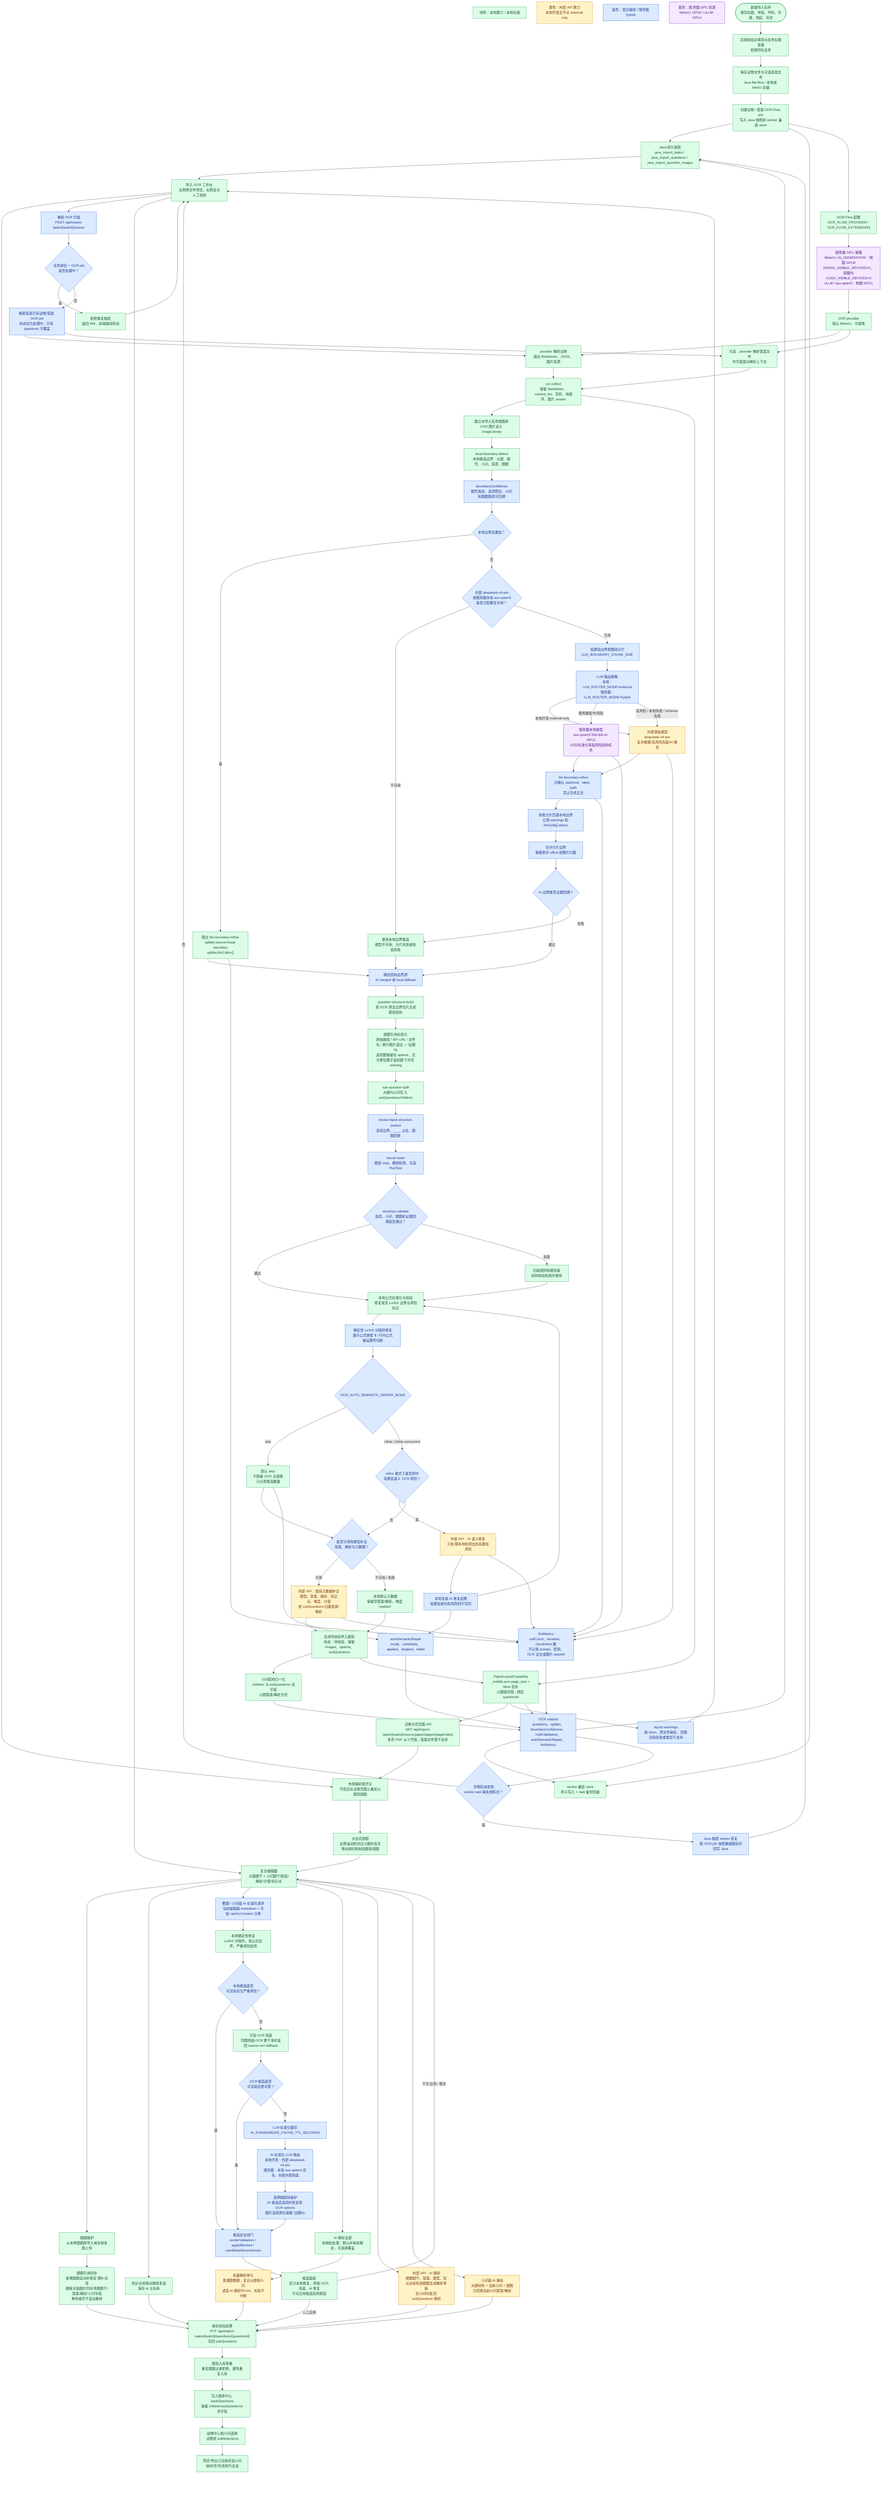
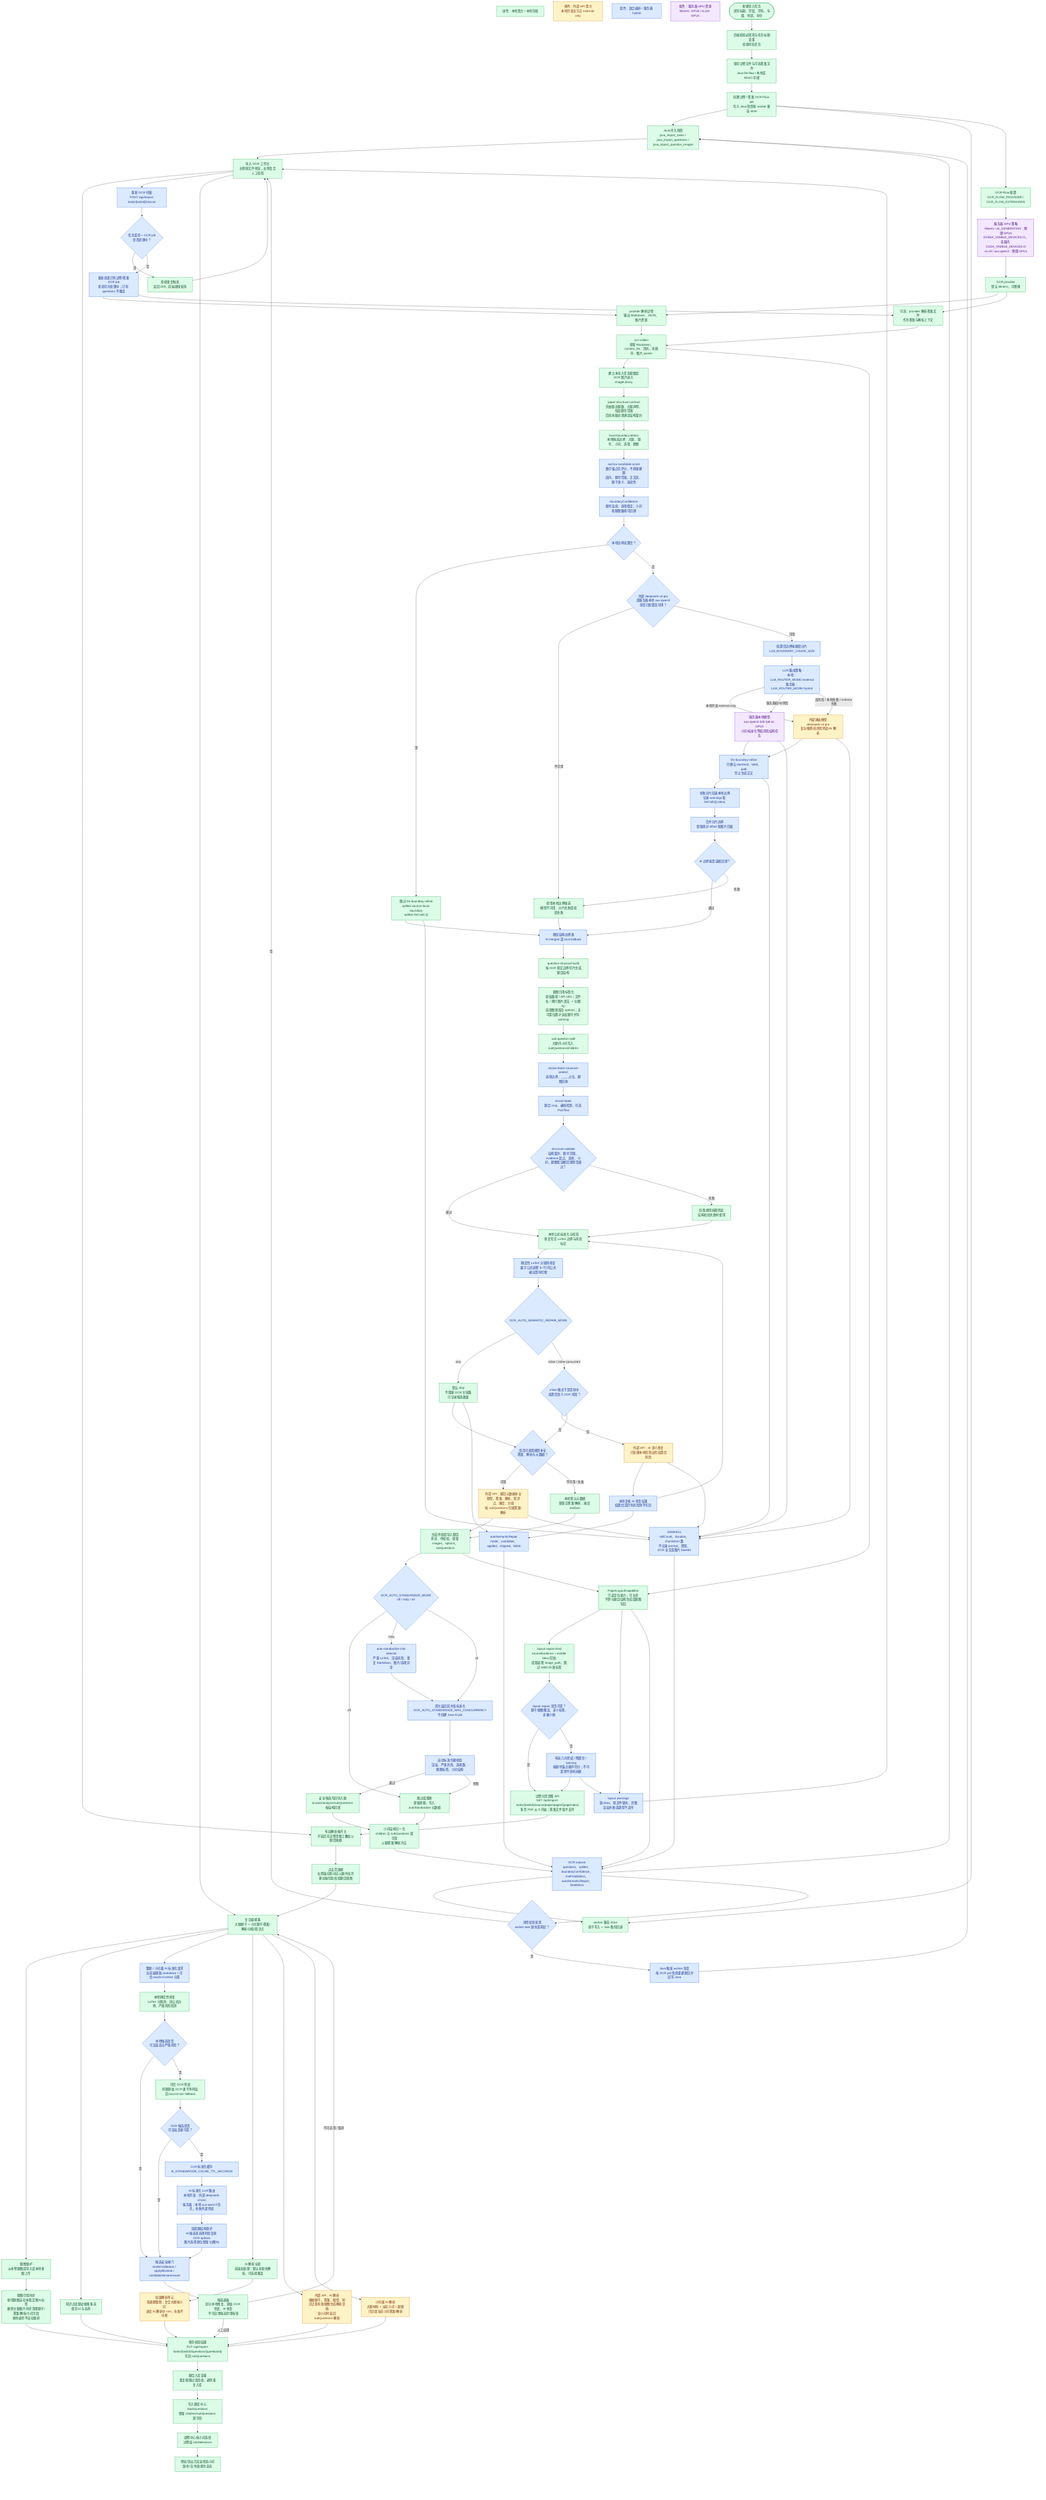
- %% Version: 2026-07-09 / product v14 / OpenAPI 1.1.0
+ %% Version: 2026-07-10 / product v15 / OpenAPI 1.1.0
%% Status: current-primary
- %% Scope: authoritative end-to-end OCR-Flow algorithm, LLM routing, review, layout overlay, rescan, and AI assistance flow.
+ %% Scope: authoritative end-to-end OCR-Flow algorithm, structure contract, LLM routing, first-return auto standardization, review, layout overlay isolation, rescan, and AI assistance flow.
flowchart TD
  LegendLocal["绿色：本地算力 / 本地存储"]:::local
  LegendExternal["黄色：外部 API 算力<br/>本地开发全节点 external-only"]:::external
  LegendMixed["蓝色：混合编排 / 服务器 hybrid"]:::mixed
  LegendGpu["紫色：服务器 GPU 资源<br/>MinerU: GPU0 / vLLM: GPU1"]:::gpu

  Start(["新建导入任务<br/>填写标题、学段、学科、年级、地区、年份"]):::local
  Validate["后端校验必填项与任务标题查重<br/>拒绝同名任务"]:::local
  Upload["保存试卷文件与可选答案文件<br/>Java file-flow / 本地或 MinIO 存储"]:::local
  Jobs["创建试卷 / 答案 OCR-Flow job<br/>写入 Java 快照和 worker 兼容 store"]:::local
  JavaSnapshot["Java 持久快照<br/>java_import_tasks / java_import_questions / java_import_question_images"]:::local
  WorkerSafeStore["worker 兼容 store<br/>原子写入 + .bak 备份回退"]:::local
  FlowConfig["OCR-Flow 配置<br/>OCR_FLOW_PROVIDER / OCR_FLOW_EXTENSIONS"]:::local
  GpuPolicy["服务器 GPU 策略<br/>MinerU / AI_GENERATION：物理 GPU0<br/>NVIDIA_VISIBLE_DEVICES=0，容器内 CUDA_VISIBLE_DEVICES=0<br/>vLLM / aux-qwen3：物理 GPU1"]:::gpu
  Provider["OCR provider<br/>默认 MinerU，可替换"]:::local
  OcrPaper["provider 解析试卷<br/>输出 Markdown、JSON、图片资源"]:::local
  OcrAnswer["可选：provider 解析答案文件<br/>作为答案与解析上下文"]:::local
  Collect["ocr-collect<br/>保留 Markdown、content_list、页码、块顺序、图片 assets"]:::local
  ImageLibrary["建立本导入任务题图库<br/>OCR 图片进入 imageLibrary"]:::local

+   StructureContract["paper-structure-contract<br/>先抽取总题数、大题声明、每段题号范围<br/>后续拆题必须满足结构契约"]:::local
  LocalBoundary["local-boundary-detect<br/>本地候选边界：大题、题号、小问、选项、题图"]:::local
+   AnchorScore["anchor-candidate-score<br/>数字锚点先评分，不直接建题<br/>段内、题号范围、正文区、题干语义、连续性"]:::mixed
  BoundaryConfidence["boundaryConfidence<br/>题号连续、选项稳定、小问和题图路径可回溯"]:::mixed
  BoundaryHigh{"本地边界高置信？"}:::mixed
  BoundarySkip["跳过 llm-boundary-refine<br/>splitter.source=local-boundary<br/>splitter.llmCalls=[]"]:::local
  LlmAvailable{"外部 deepseek-v4-pro<br/>或服务器本地 aux-qwen3<br/>是否已配置且可用？"}:::mixed
  BoundaryChunks["低置信边界按题段分片<br/>LLM_BOUNDARY_CHUNK_SIZE"]:::mixed
  LlmRoutePolicy["LLM 路由策略<br/>本地：LLM_ROUTER_MODE=external<br/>服务器：LLM_ROUTER_MODE=hybrid"]:::mixed
  LocalAuxModel["服务器本地模型<br/>aux-qwen3-32b-fp8 on GPU1<br/>小问/标准化等低风险结构任务"]:::gpu
  ExternalFullModel["外部满血模型<br/>deepseek-v4-pro<br/>复杂推理/高风险兜底/AI 解析"]:::external
  LlmBoundary["llm-boundary-refine<br/>只确认 start/end、label、path<br/>禁止生成正文"]:::mixed
  ChunkFallback["失败分片回退本地边界<br/>记录 warnings 和 llmCalls[].status"]:::mixed
  MergeBoundary["合并分片边界<br/>保留绝对 offset 和图片归属"]:::mixed
  BoundaryValidate{"AI 边界能否证据回溯？"}:::mixed
  BoundaryLocalFallback["使用本地边界候选<br/>模型不可用、分片失败或校验失败"]:::local
  BoundarySource["确定结构边界源<br/>AI merged 或 local fallback"]:::mixed

  BuildByEvidence["question-structure-build<br/>按 OCR 原文边界切片生成题目结构"]:::local
  ImageCanonical["题图引用标签化<br/>原始路径 / API URL / 文件名 / 换行图片语法 -> ![](图N)<br/>选项图保留在 options；无可靠位置才追加题干并写 warning"]:::local
  SubSplit["sub-question-split<br/>大题内小问写入 subQuestions/children"]:::local
  ChoiceBlankProtect["choice-blank-structure-protect<br/>选项边界、____ 占位、题图回收"]:::mixed
  VisualRepair["visual-repair<br/>题目 crop、横线检测、可选 Pix2Text"]:::mixed
-   StructureValidate{"structure-validate<br/>选项、小问、题图和证据回溯是否通过？"}:::mixed
+   StructureValidate{"structure-validate<br/>结构契约、题号范围、evidence 起点、选项、小问、题图和证据回溯是否通过？"}:::mixed
  RuleFallback["旧版规则拆题兜底<br/>结构校验失败时使用"]:::local

  MathNormalize["本地公式标准化与校验<br/>修复常见 LaTeX 边界与风险标记"]:::local
  LatexDelimiter["确定性 LaTeX 分隔符修复<br/>展示公式嵌套 $ / 行内公式被运算符切断"]:::mixed
  AutoRepairMode{"OCR_AUTO_SEMANTIC_REPAIR_MODE"}:::mixed
  AutoRepairSkip["默认 skip<br/>不阻塞 OCR 主链路<br/>只记录候选数量"]:::local
  SemanticRisk{"inline 模式下是否命中<br/>高置信语义 OCR 风险？"}:::mixed
  SemanticApi["外部 API：AI 语义修复<br/>只处理本地检测出的高置信风险"]:::external
  SemanticVerify["本地复核 AI 修复结果<br/>低置信或仍有风险则不写回"]:::mixed

  MetadataDecision{"是否可调用模型补全<br/>答案、解析与元数据？"}:::mixed
  MetadataApi["外部 API：题目元数据补全<br/>题型、答案、解析、知识点、难度、分值<br/>按 subQuestions 归属答案/解析"]:::external
  MetadataFallback["本地默认元数据<br/>保留空答案/解析，难度 medium"]:::local
  BuildQuestions["生成待校验导入题目<br/>状态：待校验，保留 images、options、subQuestions"]:::local
-   PaperLayoutBuild["PaperLayoutCapability<br/>_middle.json page_size + bbox 优先<br/>父题级范围；绑定 questionId"]:::local
+   AutoStdMode{"OCR_AUTO_STANDARDIZE_MODE<br/>off / risky / all"}:::mixed
+   AutoStdRisk["auto-standardize-risk-selector<br/>严重 LaTeX、渲染风险、重复 Markdown、图片/选项异常"]:::mixed
+   AutoStdConcurrent["首次返回前并发标准化<br/>OCR_AUTO_STANDARDIZE_MAX_CONCURRENCY<br/>不创建 Java AI job"]:::mixed
+   AutoStdGate["自动标准化硬校验<br/>渲染、严重风险、选项数、题图标签、小问结构"]:::mixed
+   AutoStdApply["安全候选写回导入题<br/>answer/analysis/subQuestions 按结构回填"]:::local
+   AutoStdSkip["跳过或阻断<br/>保留原题，写入 autoStandardize 元数据"]:::local
+   PaperLayoutBuild["PaperLayoutCapability<br/>只读定位能力，可关闭<br/>不参与题目结构生成或题图写回"]:::local
+   PaperLayoutBind["layout-region-bind<br/>sourceEvidence + middle bbox 回贴<br/>提取嵌套 image_path，跳过 A/B/C/D 短标签"]:::local
+   PaperLayoutReliable{"layout region 是否可靠？<br/>题干/题图覆盖、非小标签、非极小框"}:::mixed
+   PaperLayoutFallback["布局几何兜底 / 降置信 / warning<br/>按题号锚点顺序切分；不可靠则不影响拆题"]:::mixed
  PaperPageApi["试卷分页页图 API<br/>GET /api/import-tasks/{taskId}/source/paper/pages/{pageIndex}<br/>多页 PDF 从 0 开始；答案文件暂不支持"]:::local
  PaperLayoutWarnings["layout warnings<br/>缺 bbox、原文件缺失、页图渲染失败或类型不支持"]:::mixed
  SubQuestionNormalize["小问结构归一化<br/>children 与 subQuestions 双字段<br/>父题答案/解析为空"]:::local
  AutoRepairSummary["autoSemanticRepair<br/>mode、candidate、applied、skipped、failed"]:::mixed
  LlmMetrics["llmMetrics<br/>callCount、duration、chunk/item 数<br/>不记录 prompt、密钥、OCR 全文或图片 base64"]:::mixed
  OcrOutputs["OCR outputs<br/>questions、splitter、boundaryConfidence、mathValidation、autoSemanticRepair、llmMetrics"]:::mixed
  DetailRecovery{"详情轮询发现<br/>worker task 缺失或陈旧？"}:::mixed
  RecoverFromOcr["Java 触发 worker 恢复<br/>按 OCR job 快照重建题目并回写 Java"]:::mixed

  Workbench["导入 OCR 工作台<br/>左侧原文件预览，右侧复合人工校验"]:::local
  LayoutToggle["布局解析框开关<br/>开启后在试卷页图上叠加父题范围框"]:::local
  LayoutClick["点击范围框<br/>右侧滚动到对应父题并高亮<br/>移动端切到校验题目视图"]:::local
  RescanRequest["重新 OCR 扫描<br/>POST /api/import-tasks/{taskId}/rescan"]:::mixed
  RescanGuard{"任务或任一 OCR job<br/>是否处理中？"}:::mixed
  RescanReject["拒绝重复触发<br/>返回 409，前端继续轮询"]:::local
  RescanRetry["重新投递已有试卷/答案 OCR job<br/>状态切为处理中；已有 questions 不覆盖"]:::mixed
  ManualEdit["复合编辑器<br/>大题题干 + 小问题干/答案/解析/分值/知识点"]:::local
  BatchAiAll["AI 解析全部<br/>前端批处理：默认补缺失解析，可选择覆盖"]:::local
  BatchAiUnits["批量解析单元<br/>普通题整题；复合大题按小问<br/>进度 AI 解析中 n/m，失败不中断"]:::external
  AddImages["题图维护<br/>从本卷题图库导入或本地多图上传"]:::local
  ImageMarkdown["题图引用同步<br/>新增题图自动补稳定 图N 标签<br/>删除关联图片同步清理题干/答案/解析/小问字段<br/>剩余编号不自动重排"]:::local
  KnowledgePick["知识点库联动搜索多选<br/>保存 id 与名称"]:::local

  StdStart["整题 / 小问级 AI 标准化请求<br/>当前编辑稿 markdown + 可信 rawOcrContext 分离"]:::mixed
  StdLocal["本地确定性修复<br/>LaTeX 分隔符、块公式边界、严重风险检测"]:::local
  StdLocalSafe{"本地候选是否<br/>可渲染且无严重风险？"}:::mixed
  StdOcr["可信 OCR 兜底<br/>同题原始 OCR 更干净时返回 source=ocr-fallback"]:::local
  StdOcrSafe{"OCR 候选是否<br/>可渲染且更可靠？"}:::mixed
  StdCache["LLM 标准化缓存<br/>AI_STANDARDIZE_CACHE_TTL_SECONDS"]:::mixed
  StdApi["AI 标准化 LLM 路由<br/>本地开发：外部 deepseek-v4-pro<br/>服务器：本地 aux-qwen3 优先，失败外部兜底"]:::mixed
  StdChoiceGuard["选择题结构保护<br/>AI 候选丢选项时恢复原 OCR options<br/>图片选项原位保留 ![](图N)"]:::mixed
  StdGate["候选安全闸门<br/>renderValidation / applyBlocked / candidateSevereIssues"]:::mixed
  StdPanel["候选面板<br/>区分本地修复、原始 OCR 兜底、AI 修复<br/>不可应用候选禁用按钮"]:::local

  AiAnalysis["外部 API：AI 解析<br/>根据题干、答案、题型、知识点和有效题图生成解析草稿<br/>含小问时返回 subQuestions 解析"]:::external
  SubAiAnalysis["小问级 AI 解析<br/>大题材料 + 当前小问 + 题图<br/>只回填当前小问答案/解析"]:::external
  SaveReview["保存校验结果<br/>PUT /api/import-tasks/{taskId}/questions/{questionId}<br/>写回 subQuestions"]:::local
  BankDedup["题目入库查重<br/>重复题跳过或拒绝，避免重复入库"]:::local
  Bank["写入题库中心 bankQuestions<br/>保留 children/subQuestions 双字段"]:::local
  PaperSelect["组卷中心按小问选择<br/>试卷层 subSelections"]:::local
  PaperPreview["预览/导出只渲染所选小问<br/>缺失/空/失效视为全选"]:::local

  Start --> Validate --> Upload --> Jobs
  Jobs --> JavaSnapshot
  Jobs --> WorkerSafeStore
  Jobs --> FlowConfig --> GpuPolicy --> Provider
  Provider --> OcrPaper --> Collect
  Provider --> OcrAnswer --> Collect
-   Collect --> ImageLibrary --> LocalBoundary --> BoundaryConfidence --> BoundaryHigh
+   Collect --> ImageLibrary --> StructureContract --> LocalBoundary --> AnchorScore --> BoundaryConfidence --> BoundaryHigh
  BoundaryHigh -- "是" --> BoundarySkip --> BoundarySource
  BoundaryHigh -- "否" --> LlmAvailable
  LlmAvailable -- "不可用" --> BoundaryLocalFallback --> BoundarySource
  LlmAvailable -- "可用" --> BoundaryChunks --> LlmRoutePolicy
  LlmRoutePolicy -- "本地开发 external-only" --> ExternalFullModel --> LlmBoundary
  LlmRoutePolicy -- "服务器低/中风险" --> LocalAuxModel --> LlmBoundary
  LlmRoutePolicy -- "高风险 / 本地失败 / schema 失败" --> ExternalFullModel
  LlmBoundary --> ChunkFallback --> MergeBoundary --> BoundaryValidate
  BoundaryValidate -- "通过" --> BoundarySource
  BoundaryValidate -- "失败" --> BoundaryLocalFallback
  BoundarySource --> BuildByEvidence
  BuildByEvidence --> ImageCanonical --> SubSplit --> ChoiceBlankProtect --> VisualRepair --> StructureValidate
  StructureValidate -- "通过" --> MathNormalize
  StructureValidate -- "失败" --> RuleFallback --> MathNormalize
  MathNormalize --> LatexDelimiter --> AutoRepairMode
  AutoRepairMode -- "skip" --> AutoRepairSkip --> MetadataDecision
  AutoRepairMode -- "inline / inline-concurrent" --> SemanticRisk
  SemanticRisk -- "是" --> SemanticApi --> SemanticVerify --> MathNormalize
  SemanticRisk -- "否" --> MetadataDecision
  MetadataDecision -- "可用" --> MetadataApi --> BuildQuestions
  MetadataDecision -- "不可用 / 失败" --> MetadataFallback --> BuildQuestions
-   BuildQuestions --> SubQuestionNormalize --> OcrOutputs
+   BuildQuestions --> AutoStdMode
+   AutoStdMode -- "off" --> AutoStdSkip --> SubQuestionNormalize
+   AutoStdMode -- "risky" --> AutoStdRisk --> AutoStdConcurrent
+   AutoStdMode -- "all" --> AutoStdConcurrent
+   AutoStdConcurrent --> AutoStdGate
+   AutoStdGate -- "通过" --> AutoStdApply --> SubQuestionNormalize
+   AutoStdGate -- "失败" --> AutoStdSkip
+   SubQuestionNormalize --> OcrOutputs
  BuildQuestions --> PaperLayoutBuild
  Collect --> PaperLayoutBuild
-   PaperLayoutBuild --> PaperPageApi
+   PaperLayoutBuild --> PaperLayoutBind --> PaperLayoutReliable
+   PaperLayoutReliable -- "是" --> PaperPageApi
+   PaperLayoutReliable -- "否" --> PaperLayoutFallback --> PaperPageApi
+   PaperLayoutFallback --> PaperLayoutWarnings
  PaperLayoutBuild --> PaperLayoutWarnings
  PaperLayoutBuild --> OcrOutputs
  BoundarySkip --> LlmMetrics
  LlmBoundary --> LlmMetrics
  LocalAuxModel --> LlmMetrics
  ExternalFullModel --> LlmMetrics
  SemanticApi --> LlmMetrics
  MetadataApi --> LlmMetrics
  AutoRepairSkip --> AutoRepairSummary --> OcrOutputs
  SemanticVerify --> AutoRepairSummary
  LlmMetrics --> OcrOutputs
  OcrOutputs --> JavaSnapshot
  OcrOutputs --> WorkerSafeStore
  OcrOutputs --> DetailRecovery
  DetailRecovery -- "是" --> RecoverFromOcr --> JavaSnapshot --> Workbench
  DetailRecovery -- "否" --> Workbench
  PaperPageApi --> LayoutToggle
  PaperLayoutWarnings --> Workbench
  Workbench --> LayoutToggle --> LayoutClick --> ManualEdit
  Workbench --> RescanRequest --> RescanGuard
  RescanGuard -- "是" --> RescanReject --> Workbench
  RescanGuard -- "否" --> RescanRetry --> OcrPaper
  RescanRetry --> OcrAnswer
  Workbench --> ManualEdit
  ManualEdit --> AddImages --> ImageMarkdown --> SaveReview
  ManualEdit --> KnowledgePick --> SaveReview
  ManualEdit --> StdStart --> StdLocal --> StdLocalSafe
  StdLocalSafe -- "是" --> StdGate
  StdLocalSafe -- "否" --> StdOcr --> StdOcrSafe
  StdOcrSafe -- "是" --> StdGate
  StdOcrSafe -- "否" --> StdCache --> StdApi --> StdChoiceGuard --> StdGate
  StdGate --> StdPanel
  StdPanel -- "人工应用" --> SaveReview
  StdPanel -- "不可应用 / 取消" --> ManualEdit
  ManualEdit --> BatchAiAll --> BatchAiUnits --> SaveReview
  ManualEdit --> AiAnalysis --> SaveReview
  ManualEdit --> SubAiAnalysis --> SaveReview
  SaveReview --> BankDedup --> Bank --> PaperSelect --> PaperPreview

  classDef local fill:#dcfce7,stroke:#16a34a,color:#14532d,stroke-width:1px;
  classDef external fill:#fef3c7,stroke:#d97706,color:#78350f,stroke-width:1px;
  classDef mixed fill:#dbeafe,stroke:#2563eb,color:#1e3a8a,stroke-width:1px;
  classDef gpu fill:#f3e8ff,stroke:#7e22ce,color:#581c87,stroke-width:1px;
